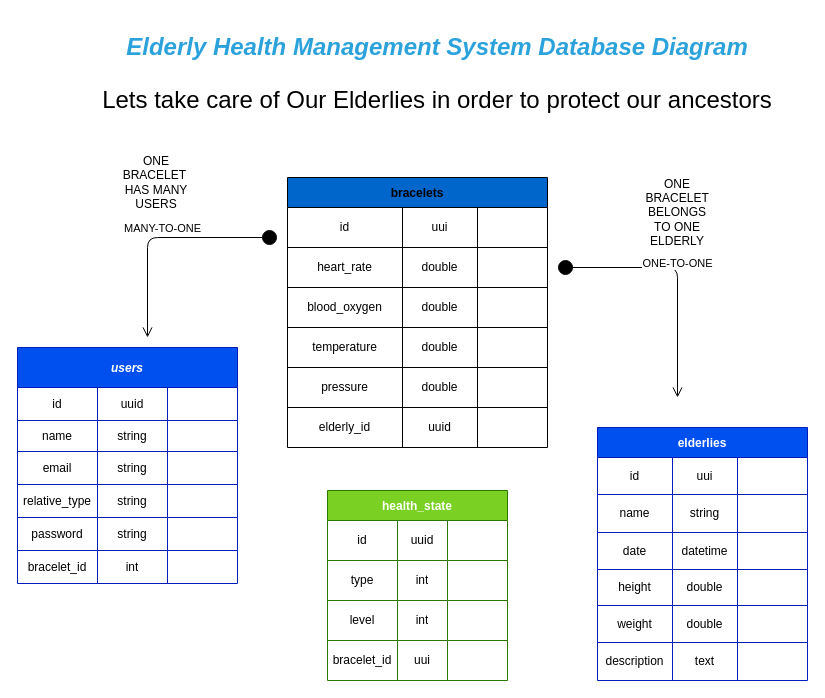
Before: db.drawio in heldersantiago/pap-smart-bracelet-api, a draw.io diagram. Source tidied: cells renumbered, new cells numbered last; positions are measured from the earlier drawing's top-left corner, leaving out a move shared by most shapes. Both pictures are drawn from the tidied source at 100%, with x=0, y=0 at pixel (17, 27).
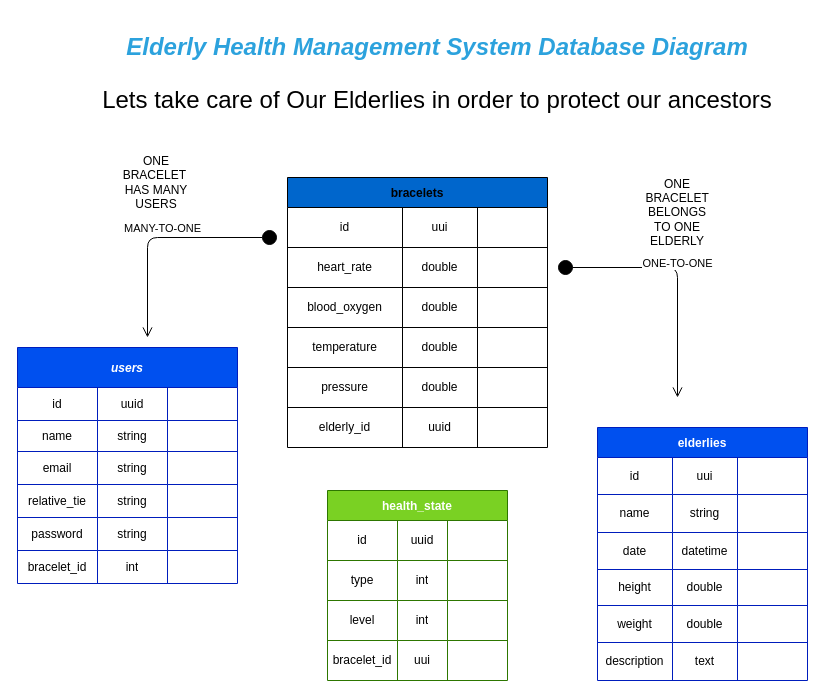
The same diagram, later.

The change refers to these unchanged cells:
```xml
<mxCell id="40" style="shape=tableRow;horizontal=0;startSize=0;swimlaneHead=0;swimlaneBody=0;top=0;left=0;bottom=0;right=0;fillColor=none;" parent="27" vertex="1">
  <mxGeometry y="137" width="220" height="33" as="geometry" />
</mxCell>
```

Diff of the diagram source:
```diff
@@
-    <mxCell id="41" value="relative_type" style="shape=partialRectangle;html=1;whiteSpace=wrap;fillColor=none;top=0;left=0;bottom=0;right=0;overflow=hidden;" parent="40" vertex="1">
+    <mxCell id="41" value="relative_tie" style="shape=partialRectangle;html=1;whiteSpace=wrap;fillColor=none;top=0;left=0;bottom=0;right=0;overflow=hidden;" parent="40" vertex="1">
       <mxGeometry width="80" height="33" as="geometry" />
     </mxCell>
```
